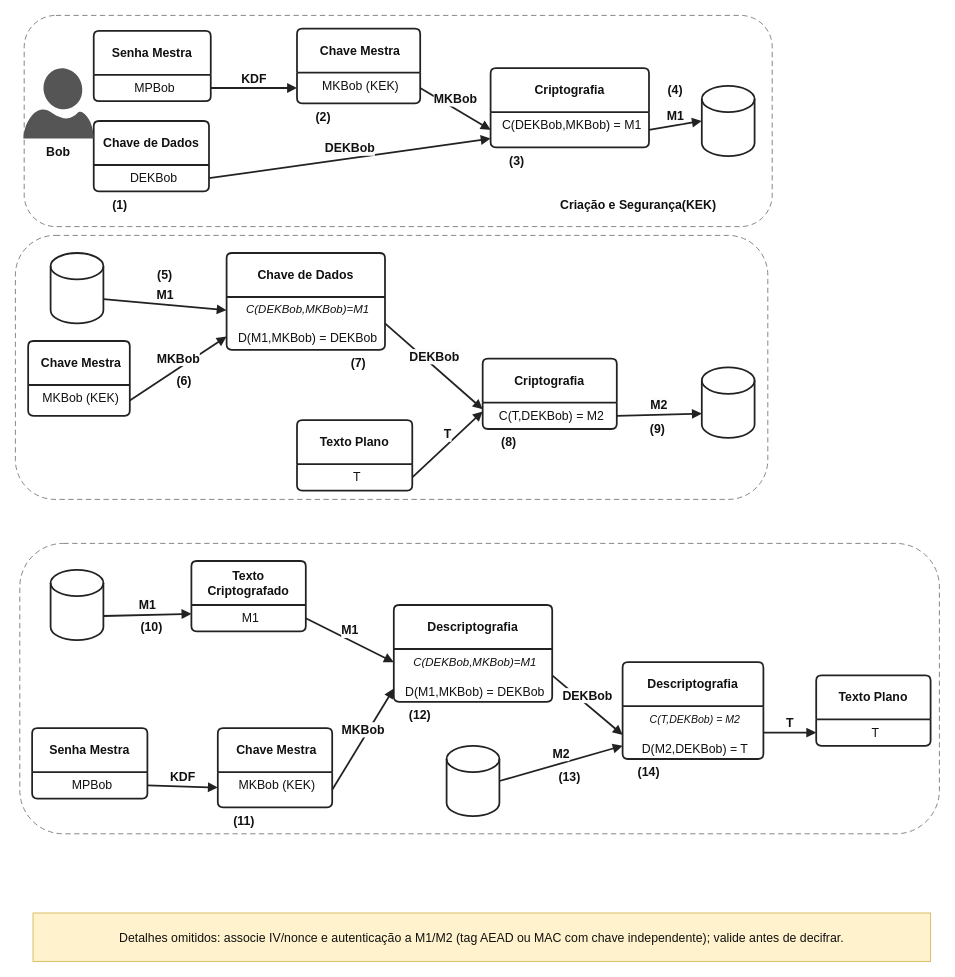
The draw.io diagram conceitos/img/kek.drawio in abreuferr/criptografia, before the edit. Source tidied: cells renumbered, new cells numbered last; positions are measured from the earlier drawing's top-left corner, leaving out a move shared by most shapes. Both pictures are drawn from the tidied source at 88%, with x=0, y=0 at pixel (15, 15).
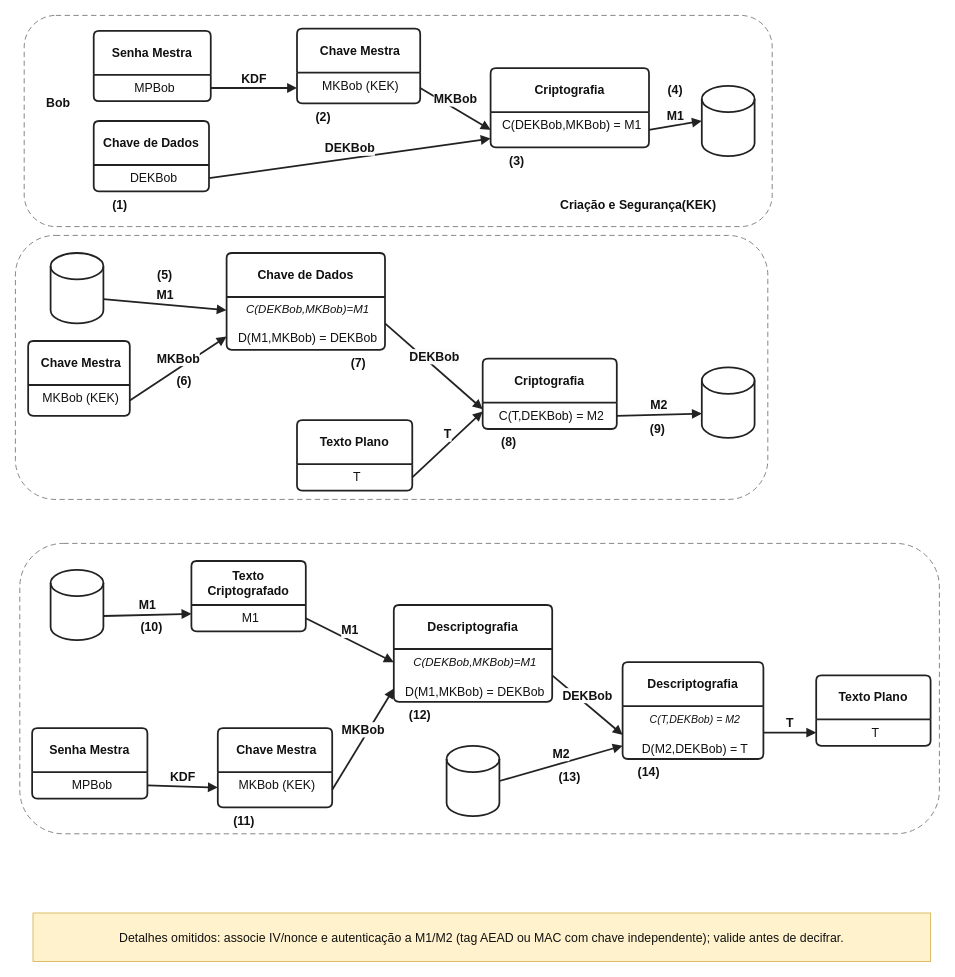
The same diagram, later.

The edit, as a diff of the source:
```diff
@@
     <mxCell id="17" value="&lt;b&gt;&lt;font style=&quot;font-size:14px;&quot;&gt;Bob&lt;/font&gt;&lt;/b&gt;" style="text;html=1;align=center;verticalAlign=middle;whiteSpace=wrap;rounded=1;fillColor=none;strokeColor=none;strokeWidth=2;fontColor=#111111;fontFamily=Helvetica;fontSize=14;" parent="1" vertex="1">
-      <mxGeometry x="19" y="140" width="60" height="30" as="geometry" />
+      <mxGeometry x="19" y="85" width="60" height="30" as="geometry" />
     </mxCell>
@@
-    <mxCell id="76" style="verticalLabelPosition=bottom;html=1;verticalAlign=top;align=center;strokeColor=none;fillColor=#555555;shape=mxgraph.azure.user;" parent="1" vertex="1">
-      <mxGeometry x="9" y="60" width="80" height="80" as="geometry" />
-    </mxCell>
```
